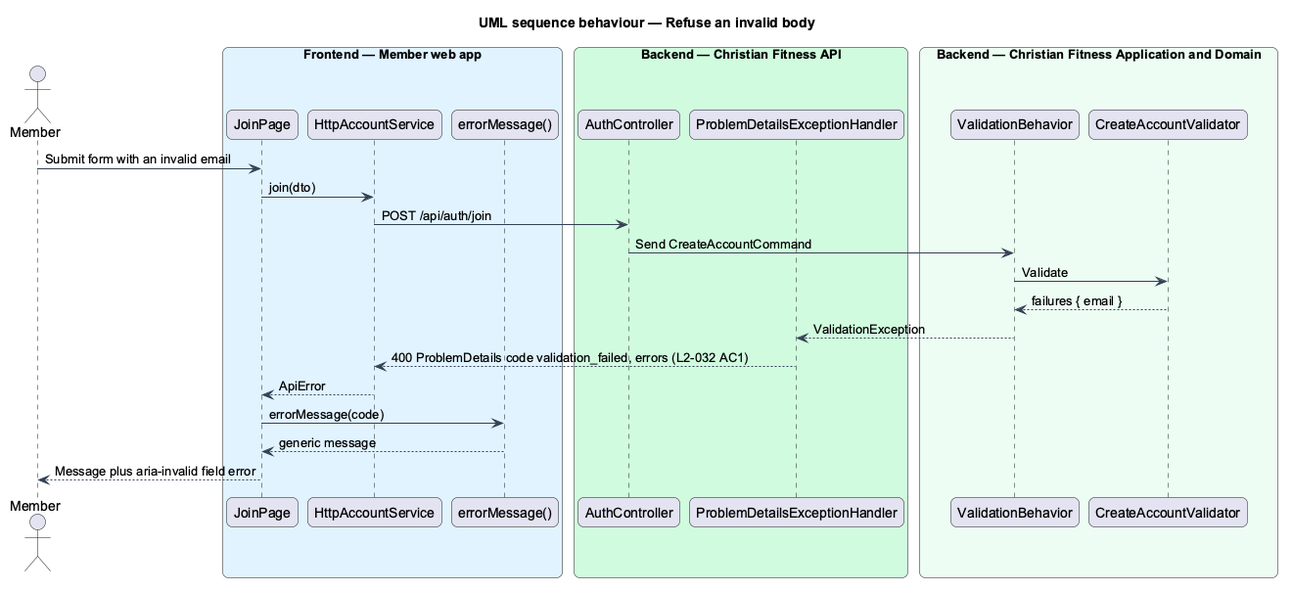
Earlier version of the PlantUML export docs/detailed-designs/security/validate-input/diagrams/sequence-validation-failed.png (QuinntyneBrown/christian-fitness). The source it was exported from:
```plantuml
@startuml
title UML sequence behaviour — Refuse an invalid body
skinparam backgroundColor #FFFFFF
skinparam shadowing false
skinparam roundcorner 12
skinparam defaultFontName Arial
skinparam ArrowColor #344054
skinparam rectangle {
  BorderColor #344054
  FontColor #101828
}
skinparam package {
  BorderColor #667085
  FontColor #101828
  BackgroundColor #F9FAFB
}
actor "Member" as actor
box "Frontend — Member web app" #E0F2FE
  participant "JoinPage" as page
  participant "HttpAccountService" as http
  participant "errorMessage()" as msg
end box
box "Backend — Christian Fitness API" #D1FADF
  participant "AuthController" as ctrl
  participant "ProblemDetailsExceptionHandler" as eh
end box
box "Backend — Christian Fitness Application and Domain" #ECFDF3
  participant "ValidationBehavior" as vb
  participant "CreateAccountValidator" as v
end box
actor -> page : Submit form with an invalid email
page -> http : join(dto)
http -> ctrl : POST /api/auth/join
ctrl -> vb : Send CreateAccountCommand
vb -> v : Validate
v --> vb : failures { email }
vb --> eh : ValidationException
eh --> http : 400 ProblemDetails code validation_failed, errors (L2-032 AC1)
http --> page : ApiError
page -> msg : errorMessage(code)
msg --> page : generic message
page --> actor : Message plus aria-invalid field error
@enduml
```
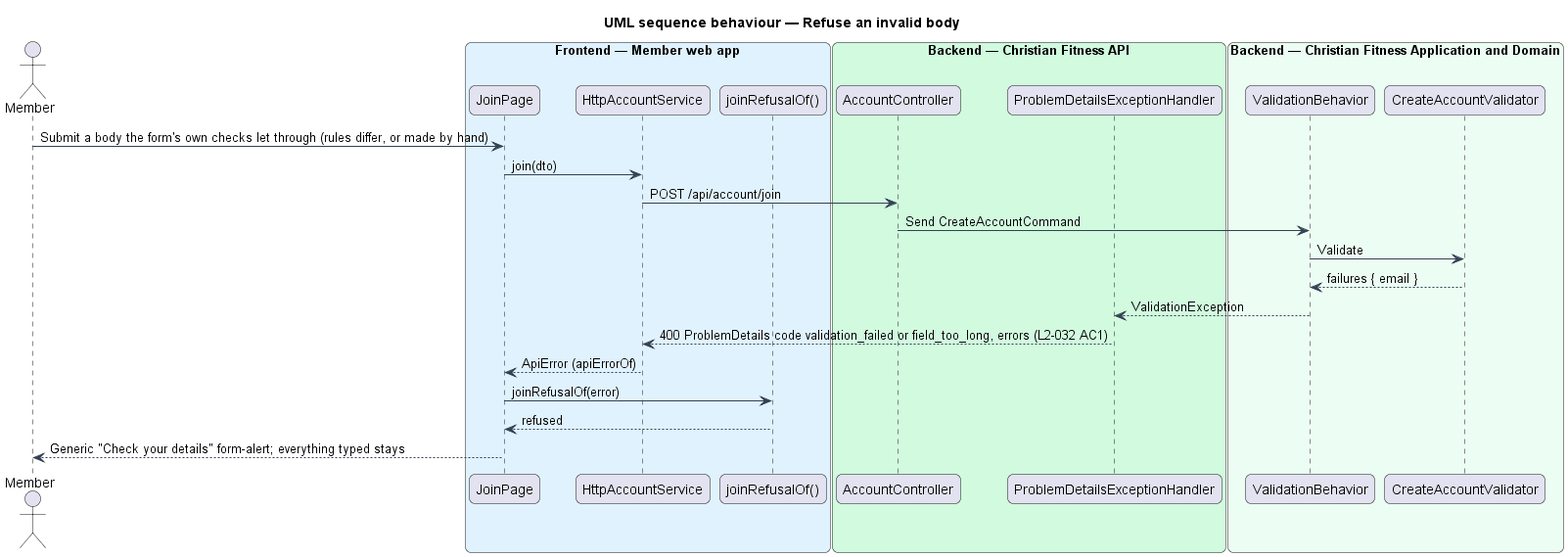
The same file after the commit.

Diff of the diagram source:
```diff
@@ -18,26 +18,26 @@
 box "Frontend — Member web app" #E0F2FE
   participant "JoinPage" as page
   participant "HttpAccountService" as http
-  participant "errorMessage()" as msg
+  participant "joinRefusalOf()" as msg
 end box
 box "Backend — Christian Fitness API" #D1FADF
-  participant "AuthController" as ctrl
+  participant "AccountController" as ctrl
   participant "ProblemDetailsExceptionHandler" as eh
 end box
 box "Backend — Christian Fitness Application and Domain" #ECFDF3
   participant "ValidationBehavior" as vb
   participant "CreateAccountValidator" as v
 end box
-actor -> page : Submit form with an invalid email
+actor -> page : Submit a body the form's own checks let through (rules differ, or made by hand)
 page -> http : join(dto)
-http -> ctrl : POST /api/auth/join
+http -> ctrl : POST /api/account/join
 ctrl -> vb : Send CreateAccountCommand
 vb -> v : Validate
 v --> vb : failures { email }
 vb --> eh : ValidationException
-eh --> http : 400 ProblemDetails code validation_failed, errors (L2-032 AC1)
-http --> page : ApiError
-page -> msg : errorMessage(code)
-msg --> page : generic message
-page --> actor : Message plus aria-invalid field error
+eh --> http : 400 ProblemDetails code validation_failed or field_too_long, errors (L2-032 AC1)
+http --> page : ApiError (apiErrorOf)
+page -> msg : joinRefusalOf(error)
+msg --> page : refused
+page --> actor : Generic "Check your details" form-alert; everything typed stays
 @enduml
```
